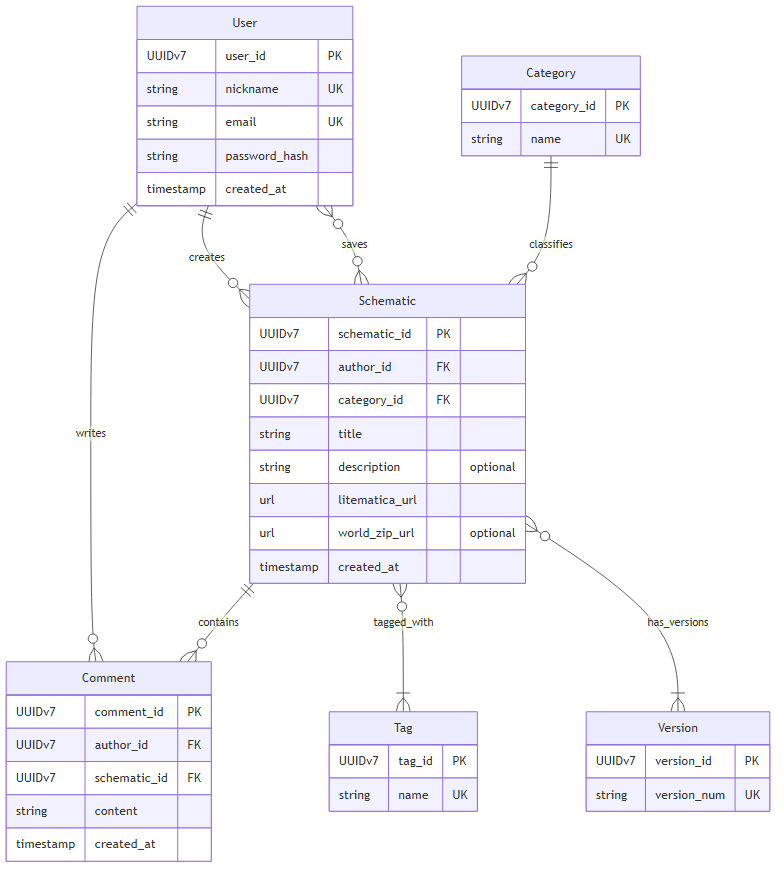
ApostolQleg/KPI2 keeps this Mermaid diagram as lab1/model/er-diagram.png. Above is the earlier version. Its source is kept beside it as lab1/model/er-diagram.mmd.
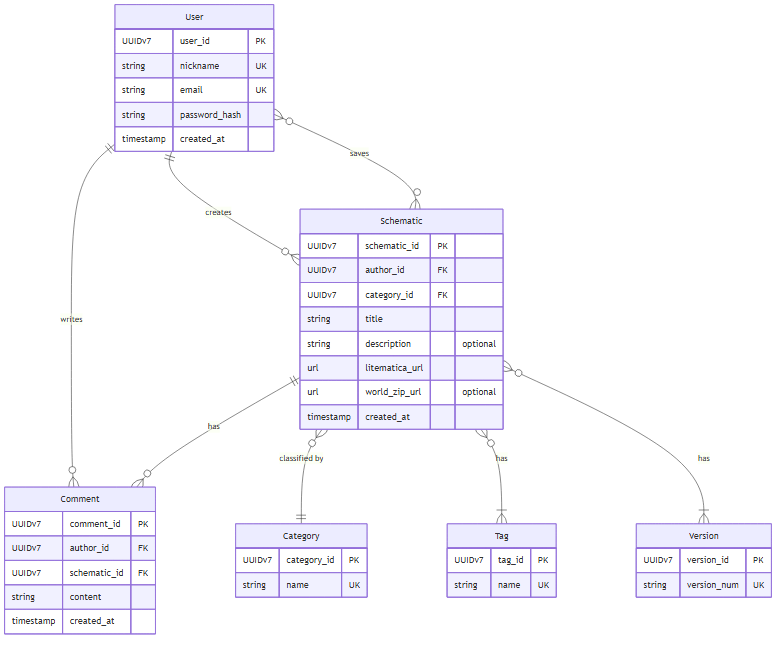
After the commit.

Commit message:
feat(model): third iteration of ERD generation

Change to the diagram source:
```diff
@@ -44,7 +44,7 @@
     User ||--o{ Schematic : creates
     User }o--o{ Schematic : saves
     User ||--o{ Comment : writes
-    Schematic ||--o{ Comment : contains
-    Category ||--o{ Schematic : classifies
-    Schematic }o--|{ Tag : tagged_with
-    Schematic }o--|{ Version : has_versions
+    Schematic ||--o{ Comment : has
+    Schematic }o--|| Category : "classified by"
+    Schematic }o--|{ Tag : has
+    Schematic }o--|{ Version : has
```
